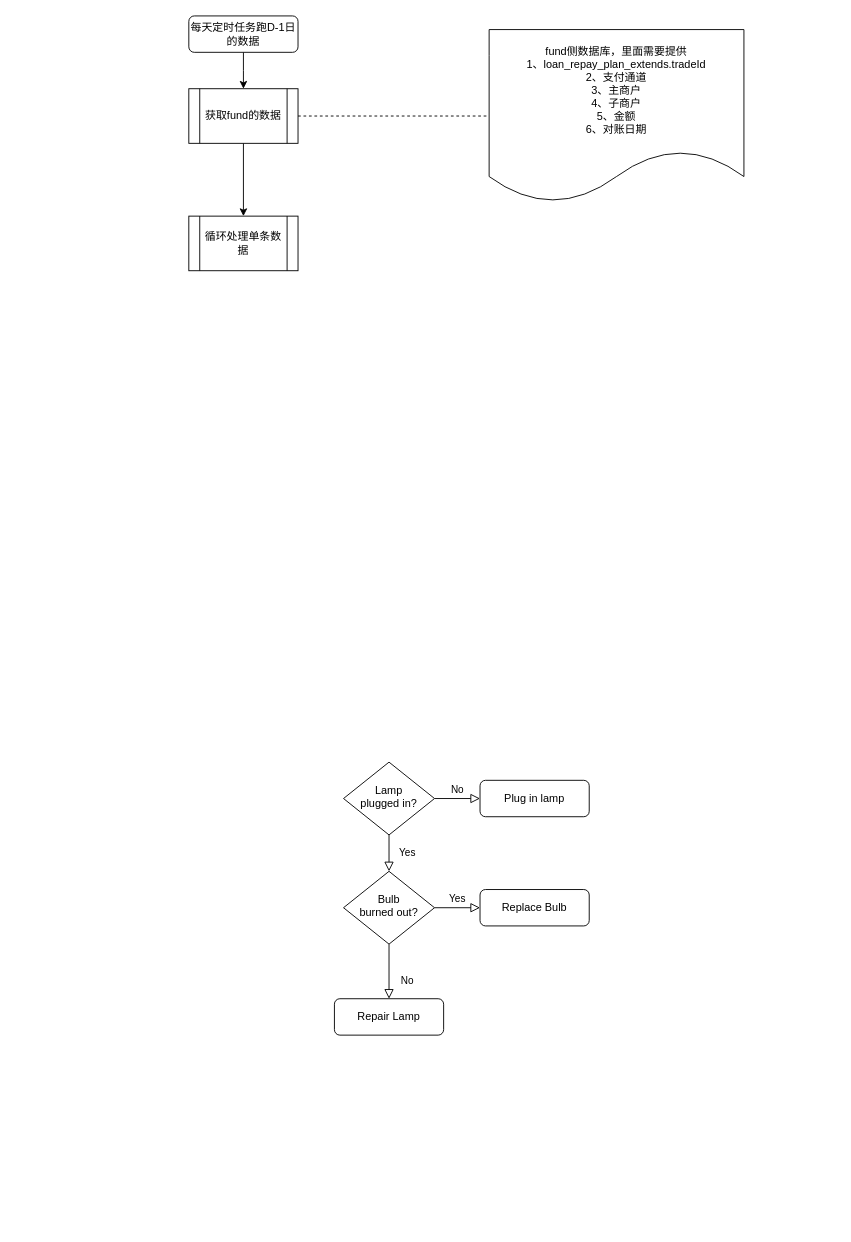
The draw.io diagram Untitled Diagram.drawio in guoZD/draw, before the edit. Source tidied: cells renumbered, new cells numbered last; positions are measured from the earlier drawing's top-left corner, leaving out a move shared by most shapes. Both pictures are drawn from the tidied source at 91%, with x=0, y=0 at pixel (188, 15).
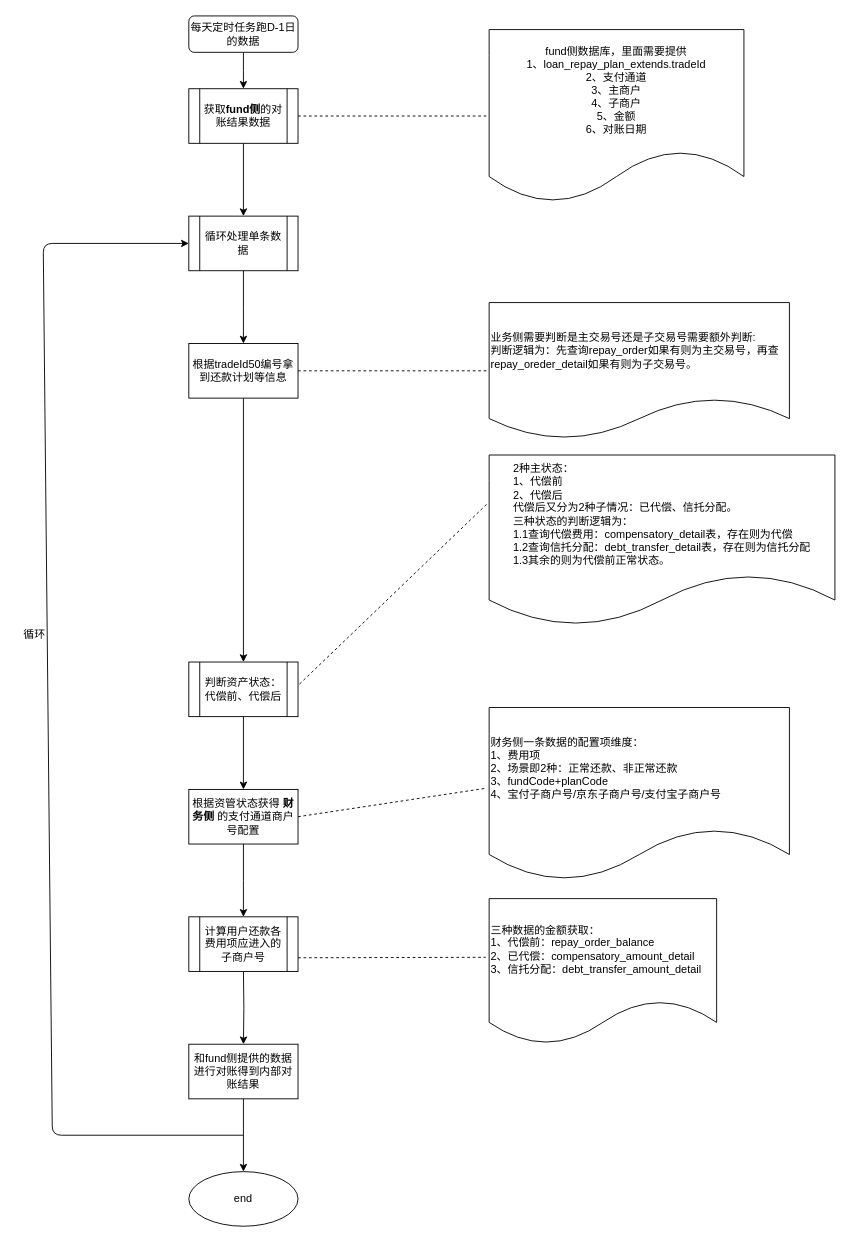
After the change.

The change refers to these unchanged cells:
```xml
<mxCell id="15" value="循环处理单条数据" style="shape=process;whiteSpace=wrap;html=1;backgroundOutline=1;" parent="1" vertex="1">
  <mxGeometry y="220" width="120" height="60" as="geometry" />
</mxCell>
```

What changed in the source:
```diff
@@
-    <mxCell id="4" value="Yes" style="rounded=0;html=1;jettySize=auto;fontSize=11;endArrow=block;endFill=0;endSize=8;strokeWidth=1;shadow=0;labelBackgroundColor=none;edgeStyle=orthogonalEdgeStyle;" parent="1" edge="1" source="6" target="10">
-      <mxGeometry y="20" relative="1" as="geometry" />
-    </mxCell>
-    <mxCell id="5" value="No" style="edgeStyle=orthogonalEdgeStyle;rounded=0;html=1;jettySize=auto;fontSize=11;endArrow=block;endFill=0;endSize=8;strokeWidth=1;shadow=0;labelBackgroundColor=none;" parent="1" edge="1" source="6" target="7">
-      <mxGeometry y="10" relative="1" as="geometry" />
-    </mxCell>
-    <mxCell id="6" value="Lamp&lt;br&gt;plugged in?" style="rhombus;whiteSpace=wrap;html=1;shadow=0;fontFamily=Helvetica;fontSize=12;align=center;strokeWidth=1;spacing=6;spacingTop=-4;" parent="1" vertex="1">
-      <mxGeometry x="170" y="820" width="100" height="80" as="geometry" />
-    </mxCell>
-    <mxCell id="7" value="Plug in lamp" style="rounded=1;whiteSpace=wrap;html=1;fontSize=12;glass=0;strokeWidth=1;shadow=0;" parent="1" vertex="1">
-      <mxGeometry x="320" y="840" width="120" height="40" as="geometry" />
-    </mxCell>
-    <mxCell id="8" value="No" style="rounded=0;html=1;jettySize=auto;fontSize=11;endArrow=block;endFill=0;endSize=8;strokeWidth=1;shadow=0;labelBackgroundColor=none;edgeStyle=orthogonalEdgeStyle;" parent="1" edge="1" source="10" target="11">
-      <mxGeometry x="0.33" y="20" relative="1" as="geometry" />
-    </mxCell>
-    <mxCell id="9" value="Yes" style="edgeStyle=orthogonalEdgeStyle;rounded=0;html=1;jettySize=auto;fontSize=11;endArrow=block;endFill=0;endSize=8;strokeWidth=1;shadow=0;labelBackgroundColor=none;" parent="1" edge="1" source="10" target="12">
-      <mxGeometry y="10" relative="1" as="geometry" />
-    </mxCell>
-    <mxCell id="10" value="Bulb&lt;br&gt;burned out?" style="rhombus;whiteSpace=wrap;html=1;shadow=0;fontFamily=Helvetica;fontSize=12;align=center;strokeWidth=1;spacing=6;spacingTop=-4;" parent="1" vertex="1">
-      <mxGeometry x="170" y="940" width="100" height="80" as="geometry" />
-    </mxCell>
-    <mxCell id="11" value="Repair Lamp" style="rounded=1;whiteSpace=wrap;html=1;fontSize=12;glass=0;strokeWidth=1;shadow=0;" parent="1" vertex="1">
-      <mxGeometry x="160" y="1080" width="120" height="40" as="geometry" />
-    </mxCell>
-    <mxCell id="12" value="Replace Bulb" style="rounded=1;whiteSpace=wrap;html=1;fontSize=12;glass=0;strokeWidth=1;shadow=0;" parent="1" vertex="1">
-      <mxGeometry x="320" y="960" width="120" height="40" as="geometry" />
-    </mxCell>
@@
-    <mxCell id="14" value="获取fund的数据" style="shape=process;whiteSpace=wrap;html=1;backgroundOutline=1;" parent="1" vertex="1">
+    <mxCell id="14" value="获取&lt;b&gt;fund侧&lt;/b&gt;的对账结果数据" style="shape=process;whiteSpace=wrap;html=1;backgroundOutline=1;" parent="1" vertex="1">
       <mxGeometry y="80" width="120" height="60" as="geometry" />
     </mxCell>
+    <mxCell id="18" style="edgeStyle=orthogonalEdgeStyle;rounded=0;jettySize=auto;html=1;" parent="1" edge="1" source="15">
+      <mxGeometry relative="1" as="geometry">
+        <mxPoint x="60" y="360" as="targetPoint" />
+      </mxGeometry>
+    </mxCell>
@@
+    <mxCell id="19" style="edgeStyle=orthogonalEdgeStyle;rounded=0;jettySize=auto;html=1;" parent="1" edge="1" source="20">
+      <mxGeometry relative="1" as="geometry">
+        <mxPoint x="60" y="710" as="targetPoint" />
+      </mxGeometry>
+    </mxCell>
+    <mxCell id="20" value="根据tradeId50编号拿到还款计划等信息" style="rounded=0;whiteSpace=wrap;html=1;" parent="1" vertex="1">
+      <mxGeometry y="360" width="120" height="60" as="geometry" />
+    </mxCell>
+    <mxCell id="21" value="业务侧需要判断是主交易号还是子交易号需要额外判断:&lt;br&gt;判断逻辑为：先查询repay_order如果有则为主交易号，再查repay_oreder_detail如果有则为子交易号。" style="shape=document;whiteSpace=wrap;html=1;boundedLbl=1;rounded=0;align=left;" parent="1" vertex="1">
+      <mxGeometry x="330" y="315" width="330" height="150" as="geometry" />
+    </mxCell>
+    <mxCell id="22" style="endArrow=none;dashed=1;html=1;exitX=1;exitY=0.5;exitDx=0;exitDy=0;entryX=0;entryY=0.5;entryDx=0;entryDy=0;" parent="1" edge="1" source="20" target="21">
+      <mxGeometry relative="1" as="geometry" />
+    </mxCell>
+    <mxCell id="23" value="&lt;div style=&quot;text-align: left&quot;&gt;&lt;span&gt;2种主状态：&lt;/span&gt;&lt;/div&gt;&lt;div style=&quot;text-align: left&quot;&gt;&lt;span&gt;1、代偿前&lt;/span&gt;&lt;/div&gt;&lt;div style=&quot;text-align: left&quot;&gt;&lt;span&gt;2、代偿后&lt;/span&gt;&lt;/div&gt;&lt;div style=&quot;text-align: left&quot;&gt;&lt;span&gt;代偿后又分为2种子情况：已代偿、信托分配。&lt;/span&gt;&lt;/div&gt;&lt;div style=&quot;text-align: left&quot;&gt;&lt;span&gt;三种状态的判断逻辑为：&lt;/span&gt;&lt;/div&gt;&lt;div style=&quot;text-align: left&quot;&gt;&lt;span&gt;1.1查询代偿费用：compensatory_detail表，存在则为代偿&lt;/span&gt;&lt;/div&gt;&lt;div style=&quot;text-align: left&quot;&gt;&lt;span&gt;1.2查询信托分配：debt_transfer_detail表，存在则为信托分配&lt;/span&gt;&lt;/div&gt;&lt;div style=&quot;text-align: left&quot;&gt;&lt;span&gt;1.3其余的则为代偿前正常状态。&lt;/span&gt;&lt;/div&gt;" style="shape=document;whiteSpace=wrap;html=1;boundedLbl=1;rounded=0;" parent="1" vertex="1">
+      <mxGeometry x="330" y="482.5" width="380" height="187.5" as="geometry" />
+    </mxCell>
+    <mxCell id="24" style="endArrow=none;dashed=1;html=1;exitX=1;exitY=0.5;exitDx=0;exitDy=0;" parent="1" edge="1">
+      <mxGeometry relative="1" as="geometry">
+        <mxPoint x="100" y="755" as="sourcePoint" />
+        <mxPoint x="328" y="536" as="targetPoint" />
+      </mxGeometry>
+    </mxCell>
+    <mxCell id="25" style="edgeStyle=orthogonalEdgeStyle;rounded=0;jettySize=auto;html=1;" parent="1" edge="1" source="26" target="28">
+      <mxGeometry relative="1" as="geometry" />
+    </mxCell>
+    <mxCell id="26" value="判断资产状态：代偿前、代偿后" style="shape=process;whiteSpace=wrap;html=1;backgroundOutline=1;" parent="1" vertex="1">
+      <mxGeometry y="710" width="120" height="60" as="geometry" />
+    </mxCell>
+    <mxCell id="27" style="edgeStyle=orthogonalEdgeStyle;rounded=0;jettySize=auto;html=1;" parent="1" edge="1" source="28">
+      <mxGeometry relative="1" as="geometry">
+        <mxPoint x="60" y="990" as="targetPoint" />
+      </mxGeometry>
+    </mxCell>
+    <mxCell id="28" value="根据资管状态获得 &lt;b&gt;财务侧&lt;/b&gt; 的支付通道商户号配置" style="whiteSpace=wrap;html=1;" parent="1" vertex="1">
+      <mxGeometry y="850" width="120" height="60" as="geometry" />
+    </mxCell>
+    <mxCell id="29" style="edgeStyle=orthogonalEdgeStyle;rounded=0;jettySize=auto;html=1;" parent="1" edge="1" target="31">
+      <mxGeometry relative="1" as="geometry">
+        <mxPoint x="60" y="1050" as="sourcePoint" />
+      </mxGeometry>
+    </mxCell>
+    <mxCell id="30" style="edgeStyle=orthogonalEdgeStyle;rounded=0;jettySize=auto;html=1;" parent="1" edge="1" source="31" target="32">
+      <mxGeometry relative="1" as="geometry" />
+    </mxCell>
+    <mxCell id="31" value="和fund侧提供的数据进行对账得到内部对账结果" style="whiteSpace=wrap;html=1;" parent="1" vertex="1">
+      <mxGeometry y="1130" width="120" height="60" as="geometry" />
+    </mxCell>
+    <mxCell id="32" value="end" style="ellipse;whiteSpace=wrap;html=1;" parent="1" vertex="1">
+      <mxGeometry y="1270" width="120" height="60" as="geometry" />
+    </mxCell>
+    <mxCell id="33" style="endArrow=classic;html=1;entryX=0;entryY=0.5;entryDx=0;entryDy=0;" parent="1" edge="1" target="15">
+      <mxGeometry relative="1" as="geometry">
+        <mxPoint x="60" y="1230" as="sourcePoint" />
+        <Array as="points">
+          <mxPoint x="-150" y="1230" />
+          <mxPoint x="-160" y="250" />
+        </Array>
+      </mxGeometry>
+    </mxCell>
+    <mxCell id="34" value="循环" style="text;html=1;align=center;verticalAlign=middle;strokeColor=none;" parent="1" vertex="1">
+      <mxGeometry x="-190" y="670" width="40" height="20" as="geometry" />
+    </mxCell>
+    <mxCell id="35" value="&lt;span&gt;计算用户还款各费用项应进入的子商户号&lt;/span&gt;" style="shape=process;whiteSpace=wrap;html=1;backgroundOutline=1;" parent="1" vertex="1">
+      <mxGeometry y="990" width="120" height="60" as="geometry" />
+    </mxCell>
+    <mxCell id="36" value="三种数据的金额获取：&lt;br&gt;1、代偿前：repay_order_balance&lt;br&gt;2、已代偿：compensatory_amount_detail&lt;br&gt;3、信托分配：debt_transfer_amount_detail" style="shape=document;whiteSpace=wrap;html=1;boundedLbl=1;align=left;" parent="1" vertex="1">
+      <mxGeometry x="330" y="970" width="250" height="160" as="geometry" />
+    </mxCell>
+    <mxCell id="37" style="endArrow=none;dashed=1;html=1;entryX=-0.015;entryY=0.403;entryDx=0;entryDy=0;entryPerimeter=0;exitX=1;exitY=0.75;exitDx=0;exitDy=0;" parent="1" edge="1" source="35" target="36">
+      <mxGeometry relative="1" as="geometry" />
+    </mxCell>
+    <mxCell id="38" value="财务侧一条数据的配置项维度：&lt;br&gt;1、费用项&lt;br&gt;2、场景即2种：正常还款、非正常还款&lt;br&gt;3、fundCode+planCode&lt;br&gt;4、宝付子商户号/京东子商户号/支付宝子商户号&lt;br&gt;" style="shape=document;whiteSpace=wrap;html=1;boundedLbl=1;align=left;" parent="1" vertex="1">
+      <mxGeometry x="330" y="760" width="330" height="190" as="geometry" />
+    </mxCell>
+    <mxCell id="39" style="endArrow=none;dashed=1;html=1;entryX=-0.011;entryY=0.467;entryDx=0;entryDy=0;entryPerimeter=0;exitX=1;exitY=0.5;exitDx=0;exitDy=0;" parent="1" edge="1" source="28" target="38">
+      <mxGeometry relative="1" as="geometry" />
+    </mxCell>
```
